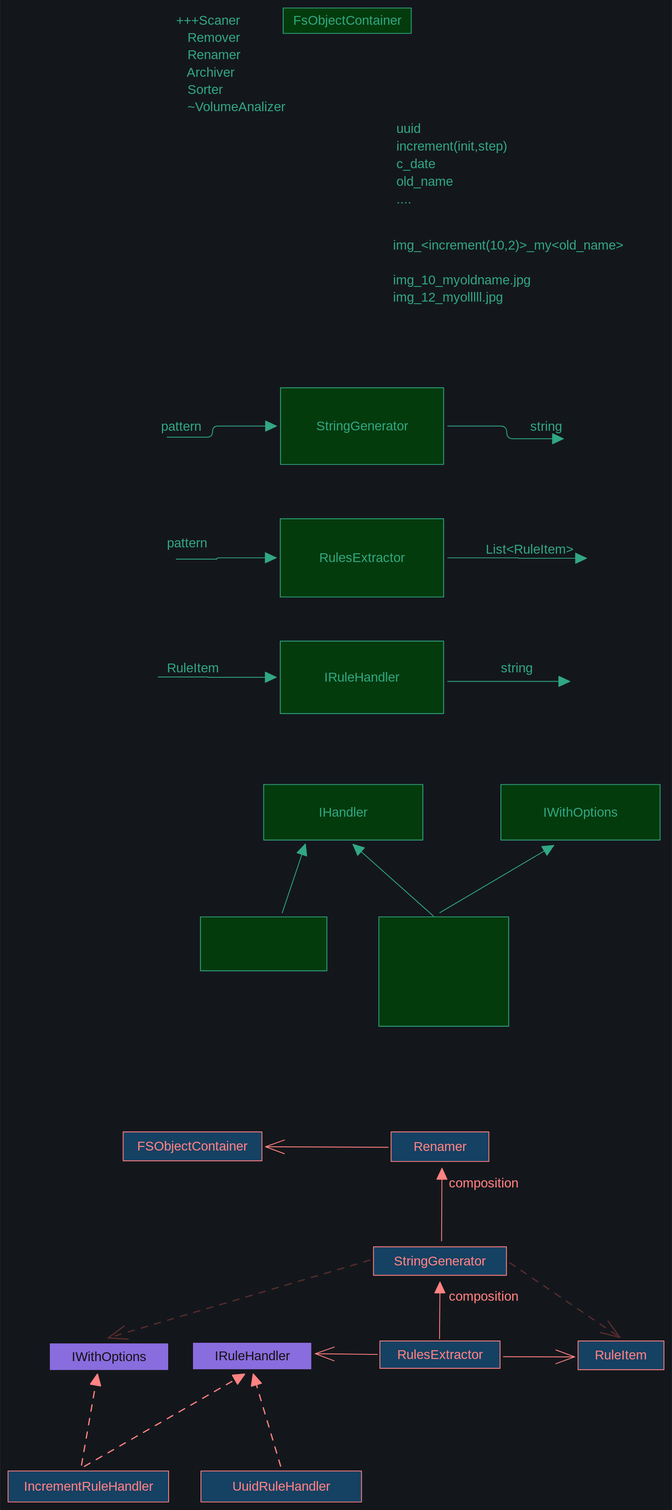
Earlier version of the Excalidraw export FileProcessor/FileProcessor.svg (silvercodes/P23_dotnet). Source tidied: one line per element, renumbered; positions are measured from the earlier drawing's top-left corner, leaving out a move shared by most shapes.
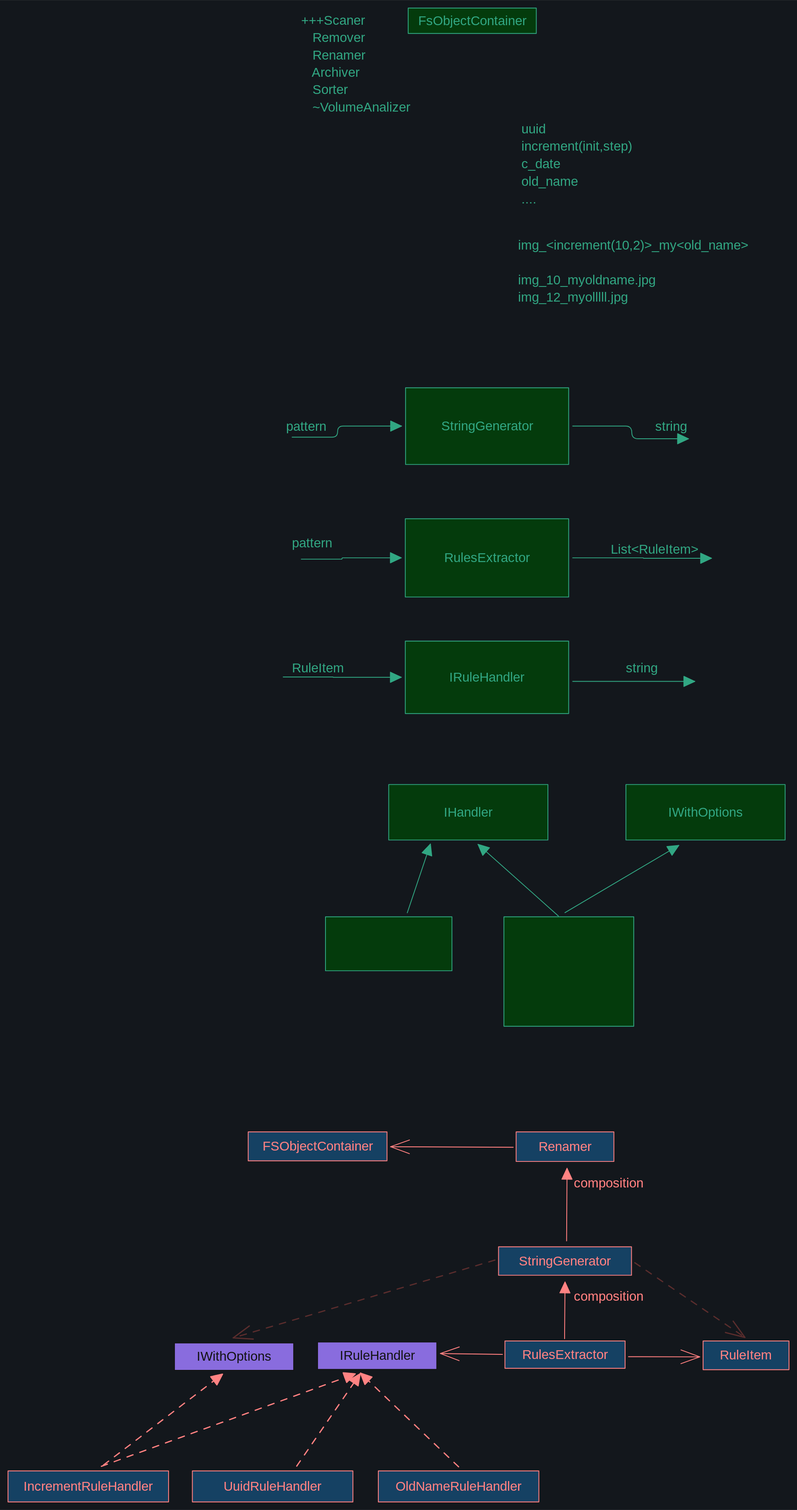
Above is the later version.

Diff of the diagram source:
```diff
@@ -51,12 +51,15 @@
 {"id": 50, "type": "arrow", "strokeColor": "#e03131", "backgroundColor": "#9775fa", "fillStyle": "solid", "strokeWidth": 1, "roughness": 0, "endArrowhead": "arrow", "from": 41, "to": 45, "x": 460, "y": 1677, "width": 77, "height": 1, "points": [[0, 0], [-77, -1]]}
 {"id": 51, "type": "rectangle", "strokeColor": "#ffffff", "backgroundColor": "#9775fa", "fillStyle": "solid", "strokeWidth": 1, "roughness": 0, "x": 52, "y": 1663, "width": 148, "height": 34}
 {"id": 52, "type": "text", "text": "IWithOptions", "strokeColor": "#ffffff", "backgroundColor": "#a5d8ff", "fillStyle": "solid", "strokeWidth": 1, "roughness": 0, "fontSize": 16, "fontFamily": 6, "textAlign": "center", "verticalAlign": "middle", "inside": 51, "x": 76, "y": 1669, "width": 100, "height": 22}
-{"id": 53, "type": "rectangle", "strokeColor": "#e03131", "backgroundColor": "#a5d8ff", "fillStyle": "solid", "strokeWidth": 1, "roughness": 0, "x": 0, "y": 1822, "width": 200, "height": 39}
+{"id": 53, "type": "rectangle", "strokeColor": "#e03131", "backgroundColor": "#a5d8ff", "fillStyle": "solid", "strokeWidth": 1, "roughness": 0, "x": -156, "y": 1822, "width": 200, "height": 39}
-{"id": 54, "type": "text", "text": "IncrementRuleHandler", "strokeColor": "#e03131", "backgroundColor": "#a5d8ff", "fillStyle": "solid", "strokeWidth": 1, "roughness": 0, "fontSize": 16, "fontFamily": 6, "textAlign": "center", "verticalAlign": "middle", "inside": 53, "x": 17, "y": 1831, "width": 166, "height": 22}
+{"id": 54, "type": "text", "text": "IncrementRuleHandler", "strokeColor": "#e03131", "backgroundColor": "#a5d8ff", "fillStyle": "solid", "strokeWidth": 1, "roughness": 0, "fontSize": 16, "fontFamily": 6, "textAlign": "center", "verticalAlign": "middle", "inside": 53, "x": -139, "y": 1831, "width": 166, "height": 22}
-{"id": 55, "type": "rectangle", "strokeColor": "#e03131", "backgroundColor": "#a5d8ff", "fillStyle": "solid", "strokeWidth": 1, "roughness": 0, "x": 240, "y": 1822, "width": 200, "height": 39}
+{"id": 55, "type": "rectangle", "strokeColor": "#e03131", "backgroundColor": "#a5d8ff", "fillStyle": "solid", "strokeWidth": 1, "roughness": 0, "x": 74, "y": 1822, "width": 200, "height": 39}
-{"id": 56, "type": "text", "text": "UuidRuleHandler", "strokeColor": "#e03131", "backgroundColor": "#a5d8ff", "fillStyle": "solid", "strokeWidth": 1, "roughness": 0, "fontSize": 16, "fontFamily": 6, "textAlign": "center", "verticalAlign": "middle", "inside": 55, "x": 276, "y": 1831, "width": 128, "height": 22}
+{"id": 56, "type": "text", "text": "UuidRuleHandler", "strokeColor": "#e03131", "backgroundColor": "#a5d8ff", "fillStyle": "solid", "strokeWidth": 1, "roughness": 0, "fontSize": 16, "fontFamily": 6, "textAlign": "center", "verticalAlign": "middle", "inside": 55, "x": 110, "y": 1831, "width": 128, "height": 22}
-{"id": 57, "type": "arrow", "strokeColor": "#e03131", "backgroundColor": "#9775fa", "fillStyle": "solid", "strokeWidth": 1, "strokeStyle": "dashed", "roughness": 0, "endArrowhead": "triangle", "from": 55, "to": 45, "x": 340, "y": 1816, "width": 34, "height": 115, "points": [[0, 0], [-34, -115]]}
+{"id": 57, "type": "arrow", "strokeColor": "#e03131", "backgroundColor": "#9775fa", "fillStyle": "solid", "strokeWidth": 1, "strokeStyle": "dashed", "roughness": 0, "endArrowhead": "triangle", "from": 55, "to": 45, "x": 204, "y": 1816, "width": 79, "height": 115, "points": [[0, 0], [79, -115]]}
-{"id": 58, "type": "arrow", "strokeColor": "#e03131", "backgroundColor": "#9775fa", "fillStyle": "solid", "strokeWidth": 1, "strokeStyle": "dashed", "roughness": 0, "endArrowhead": "triangle", "from": 53, "to": 45, "x": 95, "y": 1817, "width": 199, "height": 115, "points": [[0, 0], [199, -115]]}
+{"id": 58, "type": "arrow", "strokeColor": "#e03131", "backgroundColor": "#9775fa", "fillStyle": "solid", "strokeWidth": 1, "strokeStyle": "dashed", "roughness": 0, "endArrowhead": "triangle", "from": 53, "to": 45, "x": -40, "y": 1817, "width": 316, "height": 115, "points": [[0, 0], [316, -115]]}
-{"id": 59, "type": "arrow", "strokeColor": "#e03131", "backgroundColor": "#9775fa", "fillStyle": "solid", "strokeWidth": 1, "strokeStyle": "dashed", "roughness": 0, "endArrowhead": "triangle", "from": 53, "to": 51, "x": 91, "y": 1815, "width": 20, "height": 113, "points": [[0, 0], [20, -113]]}
+{"id": 59, "type": "arrow", "strokeColor": "#e03131", "backgroundColor": "#9775fa", "fillStyle": "solid", "strokeWidth": 1, "strokeStyle": "dashed", "roughness": 0, "endArrowhead": "triangle", "from": 53, "to": 51, "x": -37, "y": 1815, "width": 148, "height": 113, "points": [[0, 0], [148, -113]]}
 {"id": 60, "type": "arrow", "strokeColor": "#ffc9c9", "backgroundColor": "#9775fa", "fillStyle": "solid", "strokeWidth": 1, "strokeStyle": "dashed", "roughness": 0, "endArrowhead": "arrow", "from": 36, "to": 51, "x": 451, "y": 1560, "width": 326, "height": 97, "points": [[0, 0], [-326, 97]]}
 {"id": 61, "type": "arrow", "strokeColor": "#ffc9c9", "backgroundColor": "#9775fa", "fillStyle": "solid", "strokeWidth": 1, "strokeStyle": "dashed", "roughness": 0, "endArrowhead": "arrow", "from": 36, "to": 43, "x": 625, "y": 1563, "width": 137, "height": 93, "points": [[0, 0], [137, 93]]}
+{"id": 62, "type": "rectangle", "strokeColor": "#e03131", "backgroundColor": "#a5d8ff", "fillStyle": "solid", "strokeWidth": 1, "roughness": 0, "x": 305, "y": 1822, "width": 200, "height": 39}
+{"id": 63, "type": "text", "text": "OldNameRuleHandler", "strokeColor": "#e03131", "backgroundColor": "#a5d8ff", "fillStyle": "solid", "strokeWidth": 1, "roughness": 0, "fontSize": 16, "fontFamily": 6, "textAlign": "center", "verticalAlign": "middle", "inside": 62, "x": 325, "y": 1831, "width": 162, "height": 22}
+{"id": 64, "type": "arrow", "strokeColor": "#e03131", "backgroundColor": "#9775fa", "fillStyle": "solid", "strokeWidth": 1, "strokeStyle": "dashed", "roughness": 0, "endArrowhead": "triangle", "from": 62, "to": 45, "x": 405, "y": 1817, "width": 122, "height": 117, "points": [[0, 0], [-122, -117]]}
```
